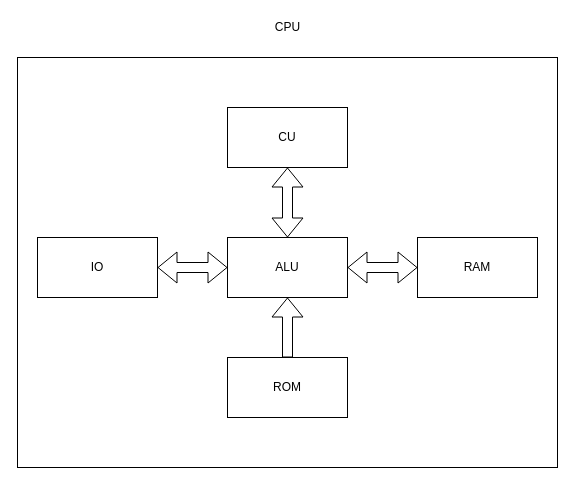
The draw.io diagram doc/main_diagram.drawio in sebastiansiedlarz409/CPU-Design, before the edit. Source tidied: cells renumbered, new cells numbered last; positions are measured from the earlier drawing's top-left corner, leaving out a move shared by most shapes. Both pictures are drawn from the tidied source at 100%, with x=0, y=0 at pixel (17, 17).
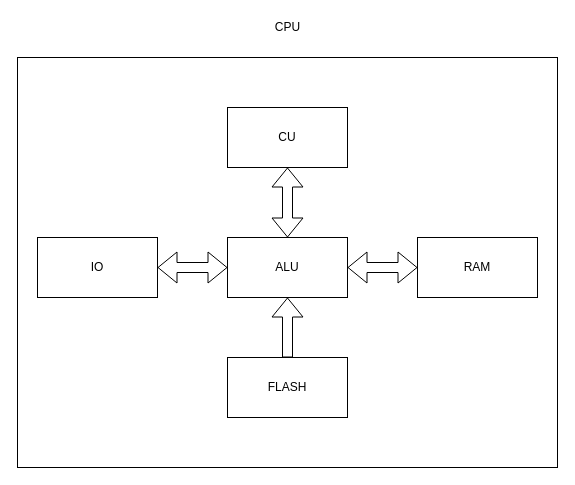
The same page after the edit.

Change to the diagram source:
```diff
@@
 <mxGraphModel>
   <root>
     <mxCell id="0" />
     <mxCell id="1" parent="0" />
     <mxCell id="2" style="rounded=0;whiteSpace=wrap;html=1;" parent="1" vertex="1">
       <mxGeometry y="40" width="540" height="410" as="geometry" />
     </mxCell>
     <mxCell id="3" value="CPU" style="text;html=1;align=center;verticalAlign=middle;strokeColor=none;fillColor=none;" parent="1" vertex="1">
       <mxGeometry x="250" width="40" height="20" as="geometry" />
     </mxCell>
     <mxCell id="4" value="RAM" style="rounded=0;whiteSpace=wrap;html=1;" parent="1" vertex="1">
       <mxGeometry x="400" y="220" width="120" height="60" as="geometry" />
     </mxCell>
-    <mxCell id="5" value="ROM" style="rounded=0;whiteSpace=wrap;html=1;" parent="1" vertex="1">
+    <mxCell id="5" value="FLASH" style="rounded=0;whiteSpace=wrap;html=1;" parent="1" vertex="1">
       <mxGeometry x="210" y="340" width="120" height="60" as="geometry" />
     </mxCell>
     <mxCell id="6" value="CU" style="rounded=0;whiteSpace=wrap;html=1;" parent="1" vertex="1">
       <mxGeometry x="210" y="90" width="120" height="60" as="geometry" />
     </mxCell>
     <mxCell id="7" value="ALU" style="rounded=0;whiteSpace=wrap;html=1;" parent="1" vertex="1">
       <mxGeometry x="210" y="220" width="120" height="60" as="geometry" />
     </mxCell>
     <mxCell id="8" value="IO" style="rounded=0;whiteSpace=wrap;html=1;" parent="1" vertex="1">
       <mxGeometry x="20" y="220" width="120" height="60" as="geometry" />
     </mxCell>
     <mxCell id="9" style="shape=flexArrow;endArrow=classic;startArrow=classic;html=1;rounded=0;entryX=0.5;entryY=1;entryDx=0;entryDy=0;" parent="1" edge="1" source="7" target="6">
       <mxGeometry relative="1" as="geometry" />
     </mxCell>
     <mxCell id="10" style="shape=flexArrow;endArrow=classic;startArrow=classic;html=1;rounded=0;exitX=1;exitY=0.5;exitDx=0;exitDy=0;entryX=0;entryY=0.5;entryDx=0;entryDy=0;" parent="1" edge="1" source="8" target="7">
       <mxGeometry relative="1" as="geometry" />
     </mxCell>
     <mxCell id="11" style="shape=flexArrow;endArrow=classic;startArrow=classic;html=1;rounded=0;entryX=0;entryY=0.5;entryDx=0;entryDy=0;" parent="1" edge="1" source="7" target="4">
       <mxGeometry relative="1" as="geometry" />
     </mxCell>
     <mxCell id="12" style="shape=flexArrow;endArrow=classic;html=1;rounded=0;exitX=0.5;exitY=0;exitDx=0;exitDy=0;" parent="1" edge="1" source="5" target="7">
       <mxGeometry relative="1" as="geometry" />
     </mxCell>
   </root>
 </mxGraphModel>
```
